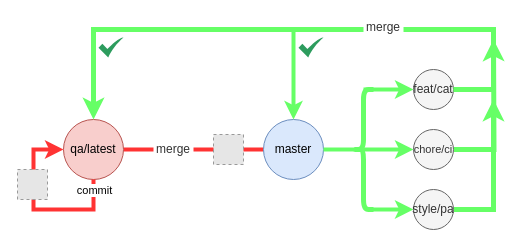
This is note/gitbranch.drawio from underbayan/Roman-workshop, a draw.io file, before an edit. Source tidied: cells renumbered, new cells numbered last; positions are measured from the earlier drawing's top-left corner, leaving out a move shared by most shapes. Both pictures are drawn from the tidied source at 100%, with x=0, y=0 at pixel (17, 17). Pictures stored in the file or linked from it are replaced by grey dashed boxes.
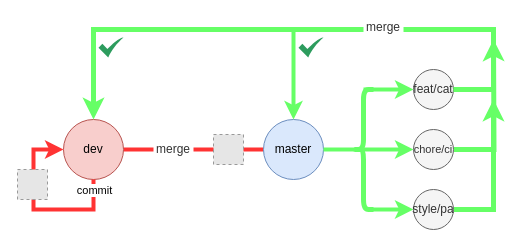
Above is the later version.

Change to the diagram source:
```diff
@@
-    <mxCell id="3" value="qa/latest" style="ellipse;whiteSpace=wrap;html=1;fillColor=#f8cecc;strokeColor=#b85450;" parent="1" vertex="1">
+    <mxCell id="3" value="dev" style="ellipse;whiteSpace=wrap;html=1;fillColor=#f8cecc;strokeColor=#b85450;" parent="1" vertex="1">
       <mxGeometry x="46" y="102" width="60" height="60" as="geometry" />
     </mxCell>
```
